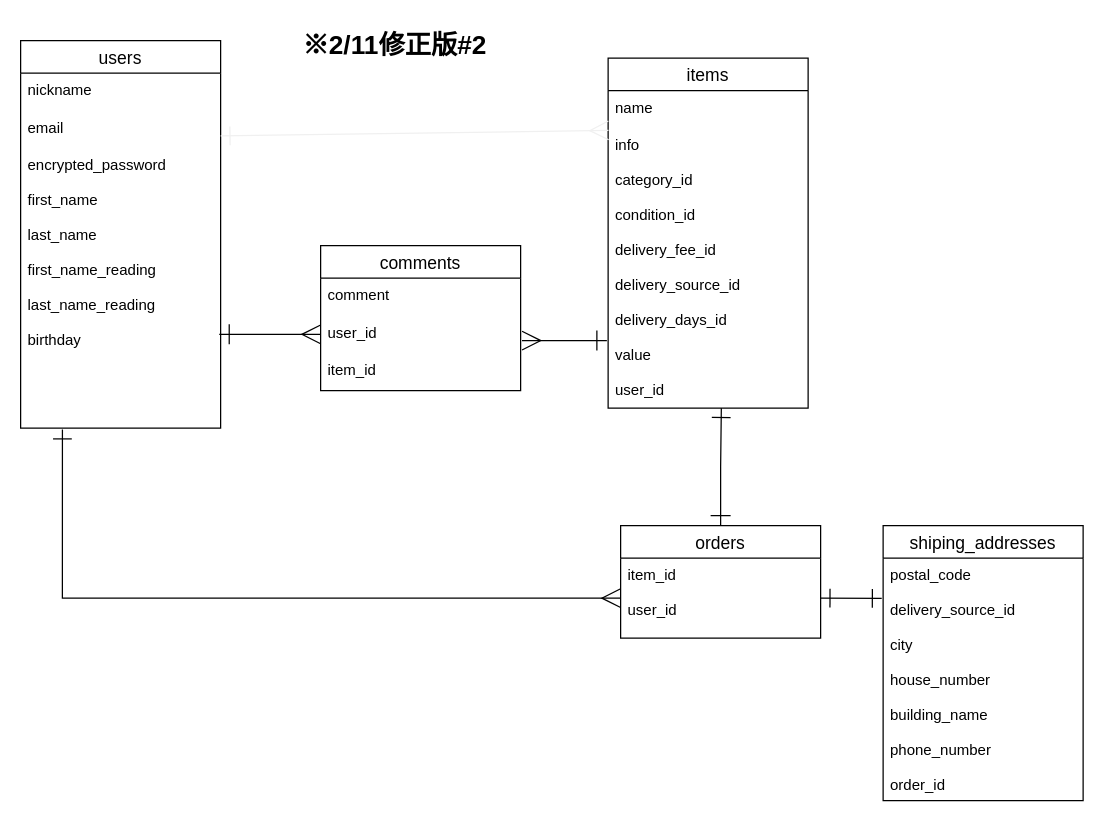
Earlier version of the draw.io diagram ER.dio (tsurukame1989/furima-29136). Source tidied: cells renumbered, new cells numbered last; positions are measured from the earlier drawing's top-left corner, leaving out a move shared by most shapes. Both pictures are drawn from the tidied source at 125%, with x=0, y=0 at pixel (20, 20).
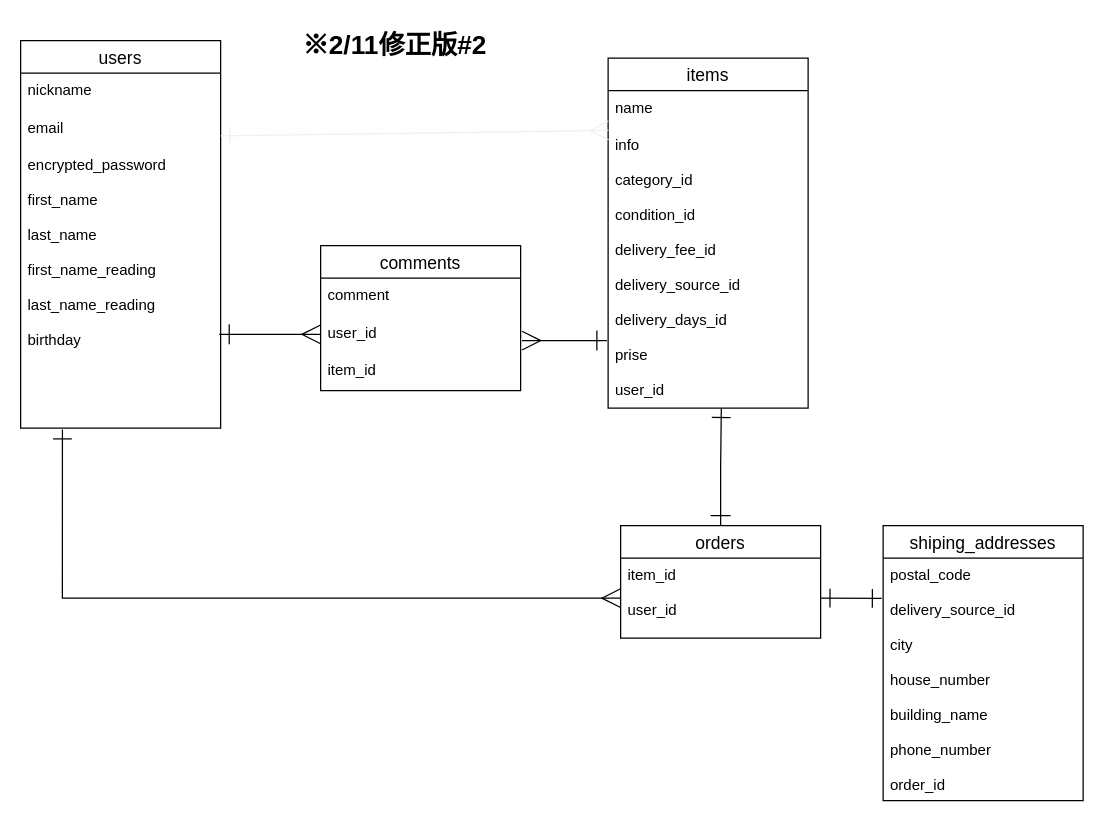
After the change.

Unchanged cells that the change refers to:
```xml
<mxCell id="5" value="items" style="swimlane;fontStyle=0;horizontal=1;startSize=26;align=center;fontSize=14;" parent="1" vertex="1">
  <mxGeometry x="470" y="30" width="160" height="280" as="geometry" />
</mxCell>
```

Diff of the diagram source:
```diff
@@
-    <mxCell id="7" value="info&#10;&#10;category_id&#10;&#10;condition_id&#10;&#10;delivery_fee_id&#10;&#10;delivery_source_id&#10;&#10;delivery_days_id&#10;&#10;value&#10;&#10;user_id&#10;" style="text;strokeColor=none;fillColor=none;spacingLeft=4;spacingRight=4;overflow=hidden;points=[[0,0.5],[1,0.5]];portConstraint=eastwest;fontSize=12;" parent="5" vertex="1">
+    <mxCell id="7" value="info&#10;&#10;category_id&#10;&#10;condition_id&#10;&#10;delivery_fee_id&#10;&#10;delivery_source_id&#10;&#10;delivery_days_id&#10;&#10;prise&#10;&#10;user_id&#10;" style="text;strokeColor=none;fillColor=none;spacingLeft=4;spacingRight=4;overflow=hidden;points=[[0,0.5],[1,0.5]];portConstraint=eastwest;fontSize=12;" parent="5" vertex="1">
       <mxGeometry y="56" width="160" height="224" as="geometry" />
     </mxCell>
```
